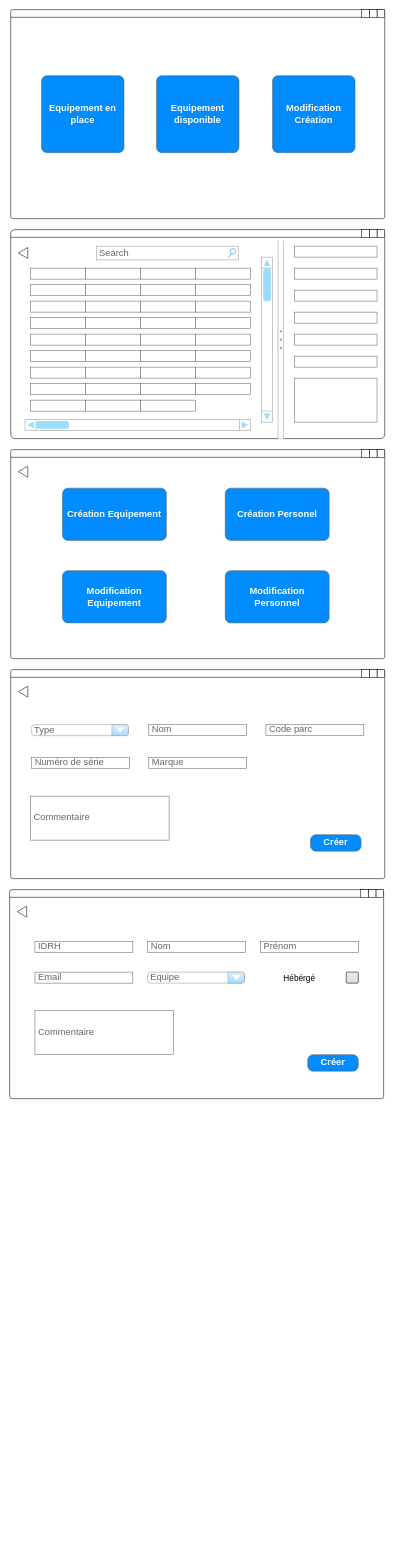
Before: Diagramme sans nom.drawio in Dr-Revdev/GestionParc, a draw.io diagram. Source tidied: cells renumbered, new cells numbered last; positions are measured from the earlier drawing's top-left corner, leaving out a move shared by most shapes. Both pictures are drawn from the tidied source at 55%, with x=0, y=0 at pixel (9, 9).
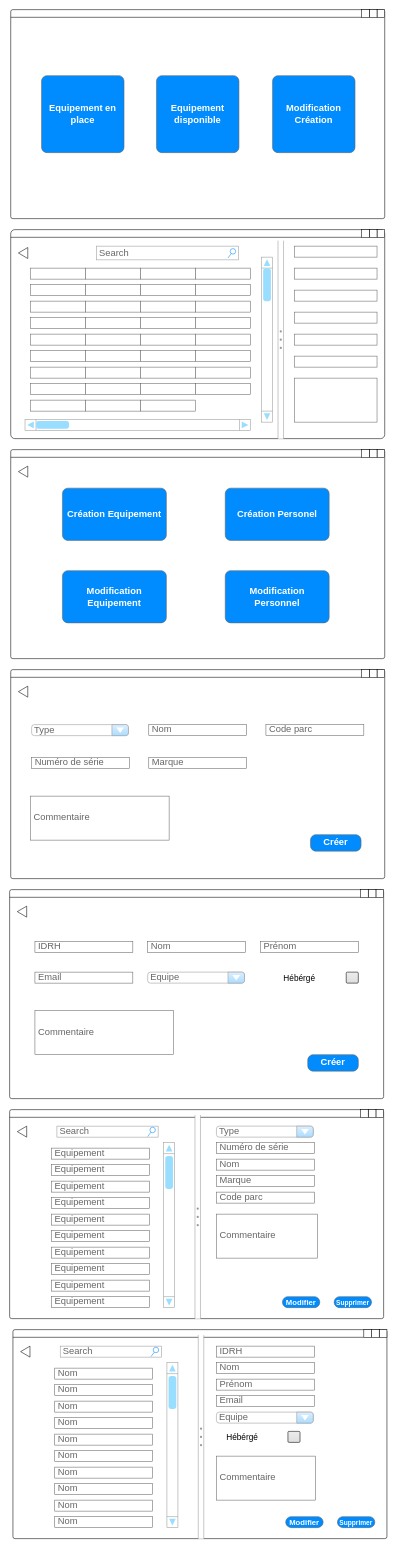
The same diagram, later.

Commit message (it also covers changes not shown here):
Mettre à jour Diagramme sans nom.drawio

Change to the diagram source:
```diff
@@
+    <mxCell id="106" style="group;" parent="1" vertex="1">
+      <mxGeometry y="2000" width="680" height="380" as="geometry" />
+    </mxCell>
+    <mxCell id="107" style="rounded=1;whiteSpace=wrap;html=1;arcSize=1;" parent="106" vertex="1">
+      <mxGeometry width="680" height="380" as="geometry" />
+    </mxCell>
+    <mxCell id="108" style="group;rounded=1;arcSize=44;" parent="106" vertex="1">
+      <mxGeometry width="680" height="14" as="geometry" />
+    </mxCell>
+    <mxCell id="109" style="endArrow=none;html=1;rounded=0;entryX=0;entryY=1;entryDx=0;entryDy=0;exitX=0;exitY=1;exitDx=0;exitDy=0;" parent="108" edge="1" target="112">
+      <mxGeometry relative="1" as="geometry">
+        <mxPoint y="14" as="sourcePoint" />
+      </mxGeometry>
+    </mxCell>
+    <mxCell id="110" style="whiteSpace=wrap;html=1;" parent="108" vertex="1">
+      <mxGeometry x="666" width="14" height="14" as="geometry" />
+    </mxCell>
+    <mxCell id="111" style="whiteSpace=wrap;html=1;" parent="108" vertex="1">
+      <mxGeometry x="652" width="14" height="14" as="geometry" />
+    </mxCell>
+    <mxCell id="112" style="whiteSpace=wrap;html=1;" parent="108" vertex="1">
+      <mxGeometry x="638" width="14" height="14" as="geometry" />
+    </mxCell>
+    <mxCell id="113" style="triangle;whiteSpace=wrap;html=1;rotation=-180;" parent="106" vertex="1">
+      <mxGeometry x="14" y="30" width="17" height="20" as="geometry" />
+    </mxCell>
+    <mxCell id="114" style="verticalLabelPosition=bottom;shadow=0;dashed=0;align=center;html=1;verticalAlign=top;strokeWidth=1;shape=mxgraph.mockup.forms.splitter;strokeColor=#999999;direction=north;" parent="106" vertex="1">
+      <mxGeometry x="337" y="10" width="10" height="370" as="geometry" />
+    </mxCell>
+    <mxCell id="115" value="Search" style="strokeWidth=1;shadow=0;dashed=0;align=center;html=1;shape=mxgraph.mockup.forms.searchBox;strokeColor=#999999;mainText=;strokeColor2=#008cff;fontColor=#666666;fontSize=17;align=left;spacingLeft=3;whiteSpace=wrap;" parent="106" vertex="1">
+      <mxGeometry x="86" y="30" width="184" height="20" as="geometry" />
+    </mxCell>
+    <mxCell id="116" style="verticalLabelPosition=bottom;shadow=0;dashed=0;align=center;html=1;verticalAlign=top;strokeWidth=1;shape=mxgraph.mockup.navigation.scrollBar;strokeColor=#999999;barPos=97.833;fillColor2=#99ddff;strokeColor2=none;direction=north;" parent="106" vertex="1">
+      <mxGeometry x="280" y="60" width="20" height="300" as="geometry" />
+    </mxCell>
+    <mxCell id="117" value="Equipement" style="strokeWidth=1;shadow=0;dashed=0;align=center;html=1;shape=mxgraph.mockup.text.textBox;fontColor=#666666;align=left;fontSize=17;spacingLeft=4;spacingTop=-3;whiteSpace=wrap;strokeColor=#666666;mainText=;" parent="106" vertex="1">
+      <mxGeometry x="76" y="70" width="178" height="20" as="geometry" />
+    </mxCell>
+    <mxCell id="118" value="Equipement" style="strokeWidth=1;shadow=0;dashed=0;align=center;html=1;shape=mxgraph.mockup.text.textBox;fontColor=#666666;align=left;fontSize=17;spacingLeft=4;spacingTop=-3;whiteSpace=wrap;strokeColor=#666666;mainText=;" parent="106" vertex="1">
+      <mxGeometry x="76" y="100" width="178" height="20" as="geometry" />
+    </mxCell>
+    <mxCell id="119" value="Equipement" style="strokeWidth=1;shadow=0;dashed=0;align=center;html=1;shape=mxgraph.mockup.text.textBox;fontColor=#666666;align=left;fontSize=17;spacingLeft=4;spacingTop=-3;whiteSpace=wrap;strokeColor=#666666;mainText=;" parent="106" vertex="1">
+      <mxGeometry x="76" y="130" width="178" height="20" as="geometry" />
+    </mxCell>
+    <mxCell id="120" value="Equipement" style="strokeWidth=1;shadow=0;dashed=0;align=center;html=1;shape=mxgraph.mockup.text.textBox;fontColor=#666666;align=left;fontSize=17;spacingLeft=4;spacingTop=-3;whiteSpace=wrap;strokeColor=#666666;mainText=;" parent="106" vertex="1">
+      <mxGeometry x="76" y="160" width="178" height="20" as="geometry" />
+    </mxCell>
+    <mxCell id="121" value="Equipement" style="strokeWidth=1;shadow=0;dashed=0;align=center;html=1;shape=mxgraph.mockup.text.textBox;fontColor=#666666;align=left;fontSize=17;spacingLeft=4;spacingTop=-3;whiteSpace=wrap;strokeColor=#666666;mainText=;" parent="106" vertex="1">
+      <mxGeometry x="76" y="190" width="178" height="20" as="geometry" />
+    </mxCell>
+    <mxCell id="122" value="Equipement" style="strokeWidth=1;shadow=0;dashed=0;align=center;html=1;shape=mxgraph.mockup.text.textBox;fontColor=#666666;align=left;fontSize=17;spacingLeft=4;spacingTop=-3;whiteSpace=wrap;strokeColor=#666666;mainText=;" parent="106" vertex="1">
+      <mxGeometry x="76" y="220" width="178" height="20" as="geometry" />
+    </mxCell>
+    <mxCell id="123" value="Equipement" style="strokeWidth=1;shadow=0;dashed=0;align=center;html=1;shape=mxgraph.mockup.text.textBox;fontColor=#666666;align=left;fontSize=17;spacingLeft=4;spacingTop=-3;whiteSpace=wrap;strokeColor=#666666;mainText=;" parent="106" vertex="1">
+      <mxGeometry x="76" y="250" width="178" height="20" as="geometry" />
+    </mxCell>
+    <mxCell id="124" value="Equipement" style="strokeWidth=1;shadow=0;dashed=0;align=center;html=1;shape=mxgraph.mockup.text.textBox;fontColor=#666666;align=left;fontSize=17;spacingLeft=4;spacingTop=-3;whiteSpace=wrap;strokeColor=#666666;mainText=;" parent="106" vertex="1">
+      <mxGeometry x="76" y="280" width="178" height="20" as="geometry" />
+    </mxCell>
+    <mxCell id="125" value="Equipement" style="strokeWidth=1;shadow=0;dashed=0;align=center;html=1;shape=mxgraph.mockup.text.textBox;fontColor=#666666;align=left;fontSize=17;spacingLeft=4;spacingTop=-3;whiteSpace=wrap;strokeColor=#666666;mainText=;" parent="106" vertex="1">
+      <mxGeometry x="76" y="310" width="178" height="20" as="geometry" />
+    </mxCell>
+    <mxCell id="126" value="Equipement" style="strokeWidth=1;shadow=0;dashed=0;align=center;html=1;shape=mxgraph.mockup.text.textBox;fontColor=#666666;align=left;fontSize=17;spacingLeft=4;spacingTop=-3;whiteSpace=wrap;strokeColor=#666666;mainText=;" parent="106" vertex="1">
+      <mxGeometry x="76" y="340" width="178" height="20" as="geometry" />
+    </mxCell>
+    <mxCell id="127" value="Type" style="strokeWidth=1;shadow=0;dashed=0;align=center;html=1;shape=mxgraph.mockup.forms.comboBox;strokeColor=#999999;fillColor=#ddeeff;align=left;fillColor2=#aaddff;mainText=;fontColor=#666666;fontSize=17;spacingLeft=3;" parent="106" vertex="1">
+      <mxGeometry x="376" y="30" width="176" height="20" as="geometry" />
+    </mxCell>
+    <mxCell id="128" value="Numéro de série" style="strokeWidth=1;shadow=0;dashed=0;align=center;html=1;shape=mxgraph.mockup.text.textBox;fontColor=#666666;align=left;fontSize=17;spacingLeft=4;spacingTop=-3;whiteSpace=wrap;strokeColor=#666666;mainText=;" parent="106" vertex="1">
+      <mxGeometry x="376" y="60" width="178" height="20" as="geometry" />
+    </mxCell>
+    <mxCell id="129" value="Nom" style="strokeWidth=1;shadow=0;dashed=0;align=center;html=1;shape=mxgraph.mockup.text.textBox;fontColor=#666666;align=left;fontSize=17;spacingLeft=4;spacingTop=-3;whiteSpace=wrap;strokeColor=#666666;mainText=;" parent="106" vertex="1">
+      <mxGeometry x="376" y="90" width="178" height="20" as="geometry" />
+    </mxCell>
+    <mxCell id="130" value="Marque" style="strokeWidth=1;shadow=0;dashed=0;align=center;html=1;shape=mxgraph.mockup.text.textBox;fontColor=#666666;align=left;fontSize=17;spacingLeft=4;spacingTop=-3;whiteSpace=wrap;strokeColor=#666666;mainText=;" parent="106" vertex="1">
+      <mxGeometry x="376" y="120" width="178" height="20" as="geometry" />
+    </mxCell>
+    <mxCell id="131" value="Code parc" style="strokeWidth=1;shadow=0;dashed=0;align=center;html=1;shape=mxgraph.mockup.text.textBox;fontColor=#666666;align=left;fontSize=17;spacingLeft=4;spacingTop=-3;whiteSpace=wrap;strokeColor=#666666;mainText=;" parent="106" vertex="1">
+      <mxGeometry x="376" y="150" width="178" height="20" as="geometry" />
+    </mxCell>
+    <mxCell id="132" value="Commentaire" style="strokeWidth=1;shadow=0;dashed=0;align=center;html=1;shape=mxgraph.mockup.text.textBox;fontColor=#666666;align=left;fontSize=17;spacingLeft=4;spacingTop=-3;whiteSpace=wrap;strokeColor=#666666;mainText=;" parent="106" vertex="1">
+      <mxGeometry x="376" y="190" width="184" height="80" as="geometry" />
+    </mxCell>
+    <mxCell id="133" value="&lt;font style=&quot;font-size: 14px;&quot;&gt;Modifier&lt;/font&gt;" style="strokeWidth=1;shadow=0;dashed=0;align=center;html=1;shape=mxgraph.mockup.buttons.button;strokeColor=#666666;fontColor=#ffffff;mainText=;buttonStyle=round;fontSize=17;fontStyle=1;fillColor=#008cff;whiteSpace=wrap;" parent="106" vertex="1">
+      <mxGeometry x="496" y="340" width="68" height="20" as="geometry" />
+    </mxCell>
+    <mxCell id="134" value="&lt;font style=&quot;font-size: 12px;&quot;&gt;Supprimer&lt;/font&gt;" style="strokeWidth=1;shadow=0;dashed=0;align=center;html=1;shape=mxgraph.mockup.buttons.button;strokeColor=#666666;fontColor=#ffffff;mainText=;buttonStyle=round;fontSize=17;fontStyle=1;fillColor=#008cff;whiteSpace=wrap;" parent="106" vertex="1">
+      <mxGeometry x="590" y="340" width="68" height="20" as="geometry" />
+    </mxCell>
+    <mxCell id="135" style="group;" parent="1" vertex="1">
+      <mxGeometry x="6" y="2400" width="680" height="380" as="geometry" />
+    </mxCell>
+    <mxCell id="136" style="rounded=1;whiteSpace=wrap;html=1;arcSize=1;" parent="135" vertex="1">
+      <mxGeometry width="680" height="380" as="geometry" />
+    </mxCell>
+    <mxCell id="137" style="group;rounded=1;arcSize=44;" parent="135" vertex="1">
+      <mxGeometry width="680" height="14" as="geometry" />
+    </mxCell>
+    <mxCell id="138" style="endArrow=none;html=1;rounded=0;entryX=0;entryY=1;entryDx=0;entryDy=0;exitX=0;exitY=1;exitDx=0;exitDy=0;" parent="137" edge="1" target="141">
+      <mxGeometry relative="1" as="geometry">
+        <mxPoint y="14" as="sourcePoint" />
+      </mxGeometry>
+    </mxCell>
+    <mxCell id="139" style="whiteSpace=wrap;html=1;" parent="137" vertex="1">
+      <mxGeometry x="666" width="14" height="14" as="geometry" />
+    </mxCell>
+    <mxCell id="140" style="whiteSpace=wrap;html=1;" parent="137" vertex="1">
+      <mxGeometry x="652" width="14" height="14" as="geometry" />
+    </mxCell>
+    <mxCell id="141" style="whiteSpace=wrap;html=1;" parent="137" vertex="1">
+      <mxGeometry x="638" width="14" height="14" as="geometry" />
+    </mxCell>
+    <mxCell id="142" style="triangle;whiteSpace=wrap;html=1;rotation=-180;" parent="135" vertex="1">
+      <mxGeometry x="14" y="30" width="17" height="20" as="geometry" />
+    </mxCell>
+    <mxCell id="143" style="verticalLabelPosition=bottom;shadow=0;dashed=0;align=center;html=1;verticalAlign=top;strokeWidth=1;shape=mxgraph.mockup.forms.splitter;strokeColor=#999999;direction=north;" parent="135" vertex="1">
+      <mxGeometry x="337" y="10" width="10" height="370" as="geometry" />
+    </mxCell>
+    <mxCell id="144" value="Search" style="strokeWidth=1;shadow=0;dashed=0;align=center;html=1;shape=mxgraph.mockup.forms.searchBox;strokeColor=#999999;mainText=;strokeColor2=#008cff;fontColor=#666666;fontSize=17;align=left;spacingLeft=3;whiteSpace=wrap;" parent="135" vertex="1">
+      <mxGeometry x="86" y="30" width="184" height="20" as="geometry" />
+    </mxCell>
+    <mxCell id="145" style="verticalLabelPosition=bottom;shadow=0;dashed=0;align=center;html=1;verticalAlign=top;strokeWidth=1;shape=mxgraph.mockup.navigation.scrollBar;strokeColor=#999999;barPos=97.833;fillColor2=#99ddff;strokeColor2=none;direction=north;" parent="135" vertex="1">
+      <mxGeometry x="280" y="60" width="20" height="300" as="geometry" />
+    </mxCell>
+    <mxCell id="146" value="Nom" style="strokeWidth=1;shadow=0;dashed=0;align=center;html=1;shape=mxgraph.mockup.text.textBox;fontColor=#666666;align=left;fontSize=17;spacingLeft=4;spacingTop=-3;whiteSpace=wrap;strokeColor=#666666;mainText=;" parent="135" vertex="1">
+      <mxGeometry x="76" y="70" width="178" height="20" as="geometry" />
+    </mxCell>
+    <mxCell id="147" value="Nom" style="strokeWidth=1;shadow=0;dashed=0;align=center;html=1;shape=mxgraph.mockup.text.textBox;fontColor=#666666;align=left;fontSize=17;spacingLeft=4;spacingTop=-3;whiteSpace=wrap;strokeColor=#666666;mainText=;" parent="135" vertex="1">
+      <mxGeometry x="76" y="100" width="178" height="20" as="geometry" />
+    </mxCell>
+    <mxCell id="148" value="Nom" style="strokeWidth=1;shadow=0;dashed=0;align=center;html=1;shape=mxgraph.mockup.text.textBox;fontColor=#666666;align=left;fontSize=17;spacingLeft=4;spacingTop=-3;whiteSpace=wrap;strokeColor=#666666;mainText=;" parent="135" vertex="1">
+      <mxGeometry x="76" y="130" width="178" height="20" as="geometry" />
+    </mxCell>
+    <mxCell id="149" value="Nom" style="strokeWidth=1;shadow=0;dashed=0;align=center;html=1;shape=mxgraph.mockup.text.textBox;fontColor=#666666;align=left;fontSize=17;spacingLeft=4;spacingTop=-3;whiteSpace=wrap;strokeColor=#666666;mainText=;" parent="135" vertex="1">
+      <mxGeometry x="76" y="160" width="178" height="20" as="geometry" />
+    </mxCell>
+    <mxCell id="150" value="Nom" style="strokeWidth=1;shadow=0;dashed=0;align=center;html=1;shape=mxgraph.mockup.text.textBox;fontColor=#666666;align=left;fontSize=17;spacingLeft=4;spacingTop=-3;whiteSpace=wrap;strokeColor=#666666;mainText=;" parent="135" vertex="1">
+      <mxGeometry x="76" y="190" width="178" height="20" as="geometry" />
+    </mxCell>
+    <mxCell id="151" value="Nom" style="strokeWidth=1;shadow=0;dashed=0;align=center;html=1;shape=mxgraph.mockup.text.textBox;fontColor=#666666;align=left;fontSize=17;spacingLeft=4;spacingTop=-3;whiteSpace=wrap;strokeColor=#666666;mainText=;" parent="135" vertex="1">
+      <mxGeometry x="76" y="220" width="178" height="20" as="geometry" />
+    </mxCell>
+    <mxCell id="152" value="Nom" style="strokeWidth=1;shadow=0;dashed=0;align=center;html=1;shape=mxgraph.mockup.text.textBox;fontColor=#666666;align=left;fontSize=17;spacingLeft=4;spacingTop=-3;whiteSpace=wrap;strokeColor=#666666;mainText=;" parent="135" vertex="1">
+      <mxGeometry x="76" y="250" width="178" height="20" as="geometry" />
+    </mxCell>
+    <mxCell id="153" value="Nom" style="strokeWidth=1;shadow=0;dashed=0;align=center;html=1;shape=mxgraph.mockup.text.textBox;fontColor=#666666;align=left;fontSize=17;spacingLeft=4;spacingTop=-3;whiteSpace=wrap;strokeColor=#666666;mainText=;" parent="135" vertex="1">
+      <mxGeometry x="76" y="280" width="178" height="20" as="geometry" />
+    </mxCell>
+    <mxCell id="154" value="Nom" style="strokeWidth=1;shadow=0;dashed=0;align=center;html=1;shape=mxgraph.mockup.text.textBox;fontColor=#666666;align=left;fontSize=17;spacingLeft=4;spacingTop=-3;whiteSpace=wrap;strokeColor=#666666;mainText=;" parent="135" vertex="1">
+      <mxGeometry x="76" y="310" width="178" height="20" as="geometry" />
+    </mxCell>
+    <mxCell id="155" value="Nom" style="strokeWidth=1;shadow=0;dashed=0;align=center;html=1;shape=mxgraph.mockup.text.textBox;fontColor=#666666;align=left;fontSize=17;spacingLeft=4;spacingTop=-3;whiteSpace=wrap;strokeColor=#666666;mainText=;" parent="135" vertex="1">
+      <mxGeometry x="76" y="340" width="178" height="20" as="geometry" />
+    </mxCell>
+    <mxCell id="156" value="&lt;font style=&quot;font-size: 14px;&quot;&gt;Modifier&lt;/font&gt;" style="strokeWidth=1;shadow=0;dashed=0;align=center;html=1;shape=mxgraph.mockup.buttons.button;strokeColor=#666666;fontColor=#ffffff;mainText=;buttonStyle=round;fontSize=17;fontStyle=1;fillColor=#008cff;whiteSpace=wrap;" parent="135" vertex="1">
+      <mxGeometry x="496" y="340" width="68" height="20" as="geometry" />
+    </mxCell>
+    <mxCell id="157" value="&lt;font style=&quot;font-size: 12px;&quot;&gt;Supprimer&lt;/font&gt;" style="strokeWidth=1;shadow=0;dashed=0;align=center;html=1;shape=mxgraph.mockup.buttons.button;strokeColor=#666666;fontColor=#ffffff;mainText=;buttonStyle=round;fontSize=17;fontStyle=1;fillColor=#008cff;whiteSpace=wrap;" parent="135" vertex="1">
+      <mxGeometry x="590" y="340" width="68" height="20" as="geometry" />
+    </mxCell>
+    <mxCell id="158" value="IDRH" style="strokeWidth=1;shadow=0;dashed=0;align=center;html=1;shape=mxgraph.mockup.text.textBox;fontColor=#666666;align=left;fontSize=17;spacingLeft=4;spacingTop=-3;whiteSpace=wrap;strokeColor=#666666;mainText=;" parent="135" vertex="1">
+      <mxGeometry x="370" y="30" width="178" height="20" as="geometry" />
+    </mxCell>
+    <mxCell id="159" value="Nom" style="strokeWidth=1;shadow=0;dashed=0;align=center;html=1;shape=mxgraph.mockup.text.textBox;fontColor=#666666;align=left;fontSize=17;spacingLeft=4;spacingTop=-3;whiteSpace=wrap;strokeColor=#666666;mainText=;" parent="135" vertex="1">
+      <mxGeometry x="370" y="60" width="178" height="20" as="geometry" />
+    </mxCell>
+    <mxCell id="160" value="Prénom" style="strokeWidth=1;shadow=0;dashed=0;align=center;html=1;shape=mxgraph.mockup.text.textBox;fontColor=#666666;align=left;fontSize=17;spacingLeft=4;spacingTop=-3;whiteSpace=wrap;strokeColor=#666666;mainText=;" parent="135" vertex="1">
+      <mxGeometry x="370" y="90" width="178" height="20" as="geometry" />
+    </mxCell>
+    <mxCell id="161" value="Email" style="strokeWidth=1;shadow=0;dashed=0;align=center;html=1;shape=mxgraph.mockup.text.textBox;fontColor=#666666;align=left;fontSize=17;spacingLeft=4;spacingTop=-3;whiteSpace=wrap;strokeColor=#666666;mainText=;" parent="135" vertex="1">
+      <mxGeometry x="370" y="120" width="178" height="20" as="geometry" />
+    </mxCell>
+    <mxCell id="162" value="Equipe" style="strokeWidth=1;shadow=0;dashed=0;align=center;html=1;shape=mxgraph.mockup.forms.comboBox;strokeColor=#999999;fillColor=#ddeeff;align=left;fillColor2=#aaddff;mainText=;fontColor=#666666;fontSize=17;spacingLeft=3;" parent="135" vertex="1">
+      <mxGeometry x="370" y="150" width="176" height="20" as="geometry" />
+    </mxCell>
+    <mxCell id="163" value="&lt;font style=&quot;font-size: 15px;&quot;&gt;Hébérgé&lt;/font&gt;" style="text;html=1;align=center;verticalAlign=middle;whiteSpace=wrap;rounded=0;" parent="135" vertex="1">
+      <mxGeometry x="370" y="180" width="94" height="30" as="geometry" />
+    </mxCell>
+    <mxCell id="164" style="html=1;shadow=0;dashed=0;shape=mxgraph.bootstrap.checkbox2;labelPosition=right;verticalLabelPosition=middle;align=left;verticalAlign=middle;gradientColor=#DEDEDE;fillColor=#EDEDED;checked=0;spacing=5;checkedFill=#0085FC;checkedStroke=#ffffff;sketch=0;" parent="135" vertex="1">
+      <mxGeometry x="500" y="185" width="22" height="20" as="geometry" />
+    </mxCell>
+    <mxCell id="165" value="Commentaire" style="strokeWidth=1;shadow=0;dashed=0;align=center;html=1;shape=mxgraph.mockup.text.textBox;fontColor=#666666;align=left;fontSize=17;spacingLeft=4;spacingTop=-3;whiteSpace=wrap;strokeColor=#666666;mainText=;" parent="135" vertex="1">
+      <mxGeometry x="370" y="230" width="180" height="80" as="geometry" />
+    </mxCell>
```
